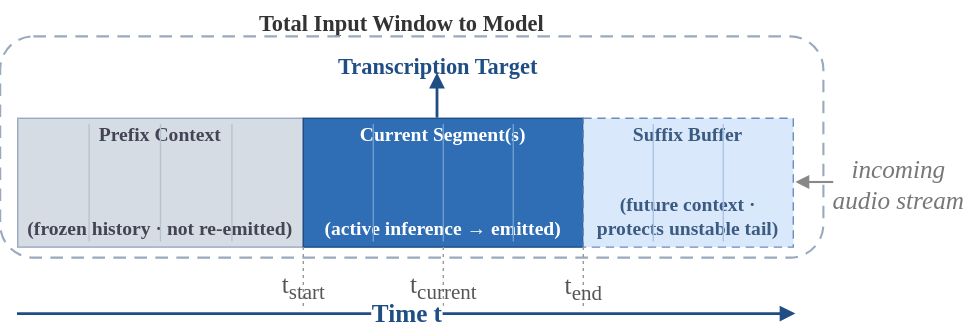
hua0424/streamllm keeps this draw.io diagram as paper/tougao/attach/drawprompt/pic4.drawio.svg. Above is the earlier version. Source tidied: cells renumbered, new cells last; positions are measured from the earlier drawing's top-left corner, leaving out a move shared by most shapes.
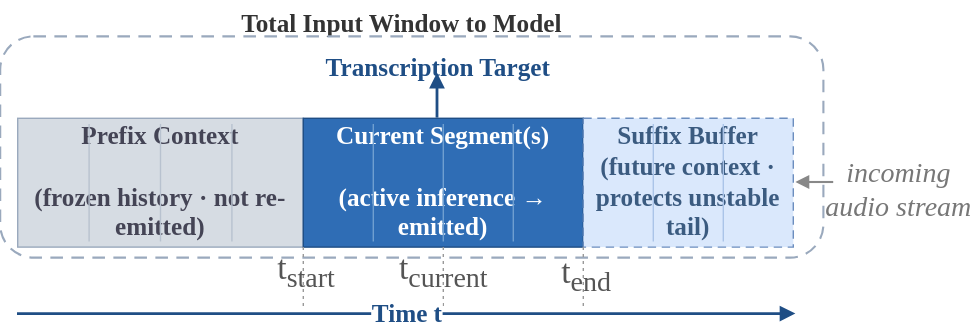
After the change.

Diff of the diagram source:
```diff
@@ -2,7 +2,7 @@
   <root>
     <mxCell id="0" />
     <mxCell id="1" parent="0" />
-    <mxCell id="2" value="&lt;font face=&quot;Times New Roman&quot; style=&quot;font-size: 16px;&quot;&gt;Total Input Window to Model&lt;/font&gt;" style="text;html=1;align=center;fontSize=12;fontStyle=1;fontColor=#333333;" parent="1" vertex="1">
+    <mxCell id="2" value="&lt;font face=&quot;Times New Roman&quot; style=&quot;font-size: 18px;&quot;&gt;Total Input Window to Model&lt;/font&gt;" style="text;html=1;align=center;fontSize=12;fontStyle=1;fontColor=#333333;" parent="1" vertex="1">
       <mxGeometry x="126" width="320" height="18" as="geometry" />
     </mxCell>
     <mxCell id="3" style="rounded=1;whiteSpace=wrap;html=1;fillColor=none;strokeColor=#9aa9bd;strokeWidth=1.5;dashed=1;dashPattern=6 4;" parent="1" vertex="1">
@@ -14,16 +14,16 @@
         <mxPoint x="312" y="52" as="targetPoint" />
       </mxGeometry>
     </mxCell>
-    <mxCell id="5" value="&lt;font face=&quot;Times New Roman&quot; style=&quot;font-size: 16px;&quot;&gt;Transcription Target&lt;/font&gt;" style="text;html=1;align=center;fontSize=10;fontStyle=1;fontColor=#1f4e85;" parent="1" vertex="1">
+    <mxCell id="5" value="&lt;font face=&quot;Times New Roman&quot; style=&quot;font-size: 18px;&quot;&gt;Transcription Target&lt;/font&gt;" style="text;html=1;align=center;fontSize=10;fontStyle=1;fontColor=#1f4e85;" parent="1" vertex="1">
       <mxGeometry x="222" y="31" width="180" height="14" as="geometry" />
     </mxCell>
-    <mxCell id="6" value="&lt;font face=&quot;Times New Roman&quot; style=&quot;font-size: 14px;&quot;&gt;Prefix Context&lt;br&gt;&lt;br&gt;&lt;br&gt;&lt;br&gt;(frozen history · not re-emitted)&lt;/font&gt;" style="rounded=0;whiteSpace=wrap;html=1;fillColor=#d6dce3;strokeColor=#9aa9bd;fontSize=12;fontStyle=1;fontColor=#445;verticalAlign=middle;" parent="1" vertex="1">
+    <mxCell id="6" value="&lt;font face=&quot;Times New Roman&quot; style=&quot;font-size: 18px;&quot;&gt;Prefix Context&lt;br&gt;&lt;br&gt;(frozen history · not re-emitted)&lt;/font&gt;" style="rounded=0;whiteSpace=wrap;html=1;fillColor=#d6dce3;strokeColor=#9aa9bd;fontSize=12;fontStyle=1;fontColor=#445;verticalAlign=middle;" parent="1" vertex="1">
       <mxGeometry x="12" y="84" width="204" height="92" as="geometry" />
     </mxCell>
-    <mxCell id="7" value="&lt;font face=&quot;Times New Roman&quot; style=&quot;font-size: 14px;&quot;&gt;Current Segment(s)&lt;br&gt;&lt;br&gt;&lt;br&gt;&lt;br&gt;(active inference → emitted)&lt;/font&gt;" style="rounded=0;whiteSpace=wrap;html=1;fillColor=#2f6db5;strokeColor=#1f4e85;fontSize=13;fontStyle=1;fontColor=#ffffff;verticalAlign=middle;" parent="1" vertex="1">
+    <mxCell id="7" value="&lt;font face=&quot;Times New Roman&quot; style=&quot;font-size: 18px;&quot;&gt;Current Segment(s)&lt;br&gt;&lt;br&gt;(active inference → emitted)&lt;/font&gt;" style="rounded=0;whiteSpace=wrap;html=1;fillColor=#2f6db5;strokeColor=#1f4e85;fontSize=13;fontStyle=1;fontColor=#ffffff;verticalAlign=middle;" parent="1" vertex="1">
       <mxGeometry x="216" y="84" width="200" height="92" as="geometry" />
     </mxCell>
-    <mxCell id="8" value="&lt;font face=&quot;Times New Roman&quot; style=&quot;font-size: 14px;&quot;&gt;Suffix Buffer&lt;br&gt;&lt;br&gt;&lt;br&gt;(future context ·&lt;br&gt;protects unstable tail)&lt;/font&gt;" style="rounded=0;whiteSpace=wrap;html=1;fillColor=#dae8fc;strokeColor=#6c8ebf;dashed=1;dashPattern=6 4;fontSize=11;fontStyle=1;fontColor=#3b5b80;verticalAlign=middle;" parent="1" vertex="1">
+    <mxCell id="8" value="&lt;font face=&quot;Times New Roman&quot; style=&quot;font-size: 18px;&quot;&gt;Suffix Buffer&lt;br&gt;(future context ·&lt;br&gt;protects unstable tail)&lt;/font&gt;" style="rounded=0;whiteSpace=wrap;html=1;fillColor=#dae8fc;strokeColor=#6c8ebf;dashed=1;dashPattern=6 4;fontSize=11;fontStyle=1;fontColor=#3b5b80;verticalAlign=middle;" parent="1" vertex="1">
       <mxGeometry x="416" y="84" width="150" height="92" as="geometry" />
     </mxCell>
     <mxCell id="9" style="endArrow=none;html=1;strokeColor=#b8c2cf;strokeWidth=1;" parent="1" edge="1">
@@ -74,7 +74,7 @@
         <mxPoint x="516" y="172" as="targetPoint" />
       </mxGeometry>
     </mxCell>
-    <mxCell id="17" value="&lt;font style=&quot;font-size: 18px;&quot; face=&quot;Times New Roman&quot;&gt;incoming&lt;br&gt;audio stream&lt;/font&gt;" style="text;html=1;align=center;fontSize=9;fontStyle=2;fontColor=#777777;" parent="1" vertex="1">
+    <mxCell id="17" value="&lt;font style=&quot;font-size: 20px;&quot; face=&quot;Times New Roman&quot;&gt;incoming&lt;br&gt;audio stream&lt;/font&gt;" style="text;html=1;align=center;fontSize=9;fontStyle=2;fontColor=#777777;" parent="1" vertex="1">
       <mxGeometry x="595" y="104" width="92" height="26" as="geometry" />
     </mxCell>
     <mxCell id="18" style="endArrow=block;html=1;strokeColor=#888888;strokeWidth=1.5;exitX=0;exitY=1;exitDx=0;exitDy=0;" parent="1" edge="1" source="17">
@@ -100,14 +100,14 @@
         <mxPoint x="416" y="218" as="targetPoint" />
       </mxGeometry>
     </mxCell>
-    <mxCell id="22" value="&lt;font style=&quot;font-size: 18px;&quot; face=&quot;Times New Roman&quot;&gt;t&lt;sub style=&quot;&quot;&gt;start&lt;/sub&gt;&lt;/font&gt;" style="text;html=1;align=center;fontSize=10;fontColor=#555555;" parent="1" vertex="1">
-      <mxGeometry x="191" y="186" width="50" height="14" as="geometry" />
+    <mxCell id="22" value="&lt;font style=&quot;font-size: 24px;&quot; face=&quot;Times New Roman&quot;&gt;t&lt;sub style=&quot;&quot;&gt;start&lt;/sub&gt;&lt;/font&gt;" style="text;html=1;align=center;fontSize=10;fontColor=#555555;" parent="1" vertex="1">
+      <mxGeometry x="193" y="170" width="50" height="14" as="geometry" />
     </mxCell>
-    <mxCell id="23" value="&lt;font style=&quot;font-size: 18px;&quot; face=&quot;Times New Roman&quot;&gt;t&lt;sub style=&quot;&quot;&gt;current&lt;/sub&gt;&lt;/font&gt;" style="text;html=1;align=center;fontSize=10;fontColor=#555555;" parent="1" vertex="1">
-      <mxGeometry x="286" y="186" width="60" height="14" as="geometry" />
+    <mxCell id="23" value="&lt;font style=&quot;font-size: 24px;&quot; face=&quot;Times New Roman&quot;&gt;t&lt;sub style=&quot;&quot;&gt;current&lt;/sub&gt;&lt;/font&gt;" style="text;html=1;align=center;fontSize=10;fontColor=#555555;" parent="1" vertex="1">
+      <mxGeometry x="286" y="170" width="60" height="14" as="geometry" />
     </mxCell>
-    <mxCell id="24" value="&lt;font style=&quot;font-size: 18px;&quot; face=&quot;Times New Roman&quot;&gt;t&lt;sub style=&quot;&quot;&gt;end&lt;/sub&gt;&lt;/font&gt;" style="text;html=1;align=center;fontSize=10;fontColor=#555555;" parent="1" vertex="1">
-      <mxGeometry x="391" y="187" width="50" height="14" as="geometry" />
+    <mxCell id="24" value="&lt;font style=&quot;font-size: 24px;&quot; face=&quot;Times New Roman&quot;&gt;t&lt;sub style=&quot;&quot;&gt;end&lt;/sub&gt;&lt;/font&gt;" style="text;html=1;align=center;fontSize=10;fontColor=#555555;" parent="1" vertex="1">
+      <mxGeometry x="393" y="173" width="50" height="14" as="geometry" />
     </mxCell>
     <mxCell id="25" value="&lt;font face=&quot;Times New Roman&quot; style=&quot;font-size: 18px;&quot;&gt;Time t&lt;/font&gt;" style="endArrow=block;html=1;strokeColor=#1f4e85;strokeWidth=2;fontSize=11;fontStyle=1;fontColor=#1f4e85;" parent="1" edge="1">
       <mxGeometry relative="1" as="geometry">
```
